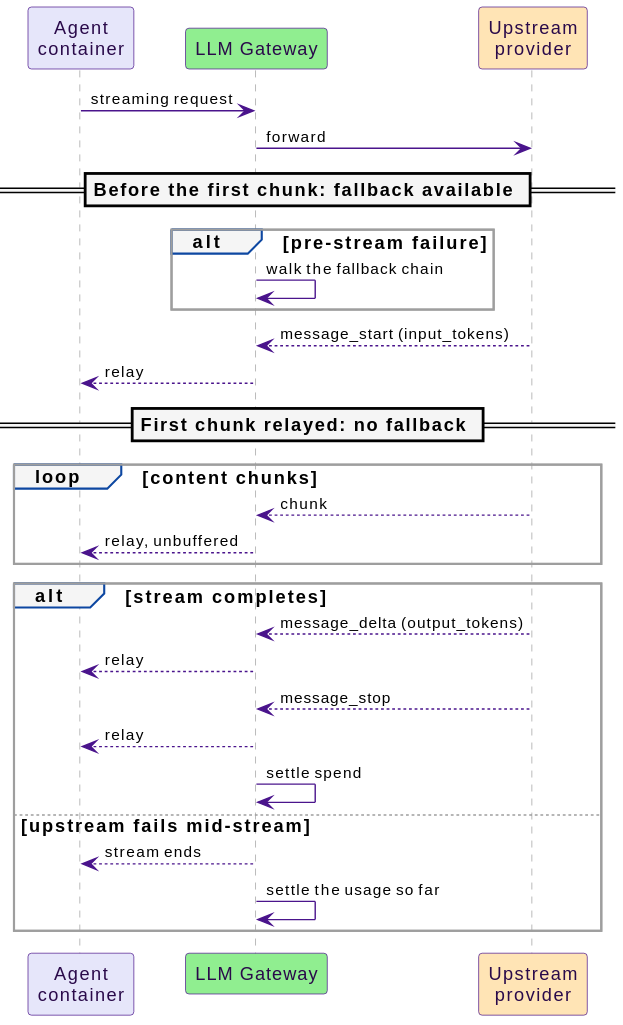
Before: docs/src/diagrams/llm-streaming.svg, a diagram exported from PlantUML (win07xp/kaalm). The source it was exported from:
```plantuml
@startuml
!include _style.puml

participant "Agent\ncontainer" as agent
participant "LLM Gateway" as gw #90EE90
participant "Upstream\nprovider" as prov #FFE4B5

agent -> gw : streaming request
gw -> prov : forward

== Before the first chunk: fallback available ==
alt pre-stream failure
  gw -> gw : walk the fallback chain
end
prov --> gw : message_start (input_tokens)
gw --> agent : relay

== First chunk relayed: no fallback ==
loop content chunks
  prov --> gw : chunk
  gw --> agent : relay, unbuffered
end
alt stream completes
  prov --> gw : message_delta (output_tokens)
  gw --> agent : relay
  prov --> gw : message_stop
  gw --> agent : relay
  gw -> gw : settle spend
else upstream fails mid-stream
  gw --> agent : stream ends
  gw -> gw : settle the usage so far
end
@enduml
```
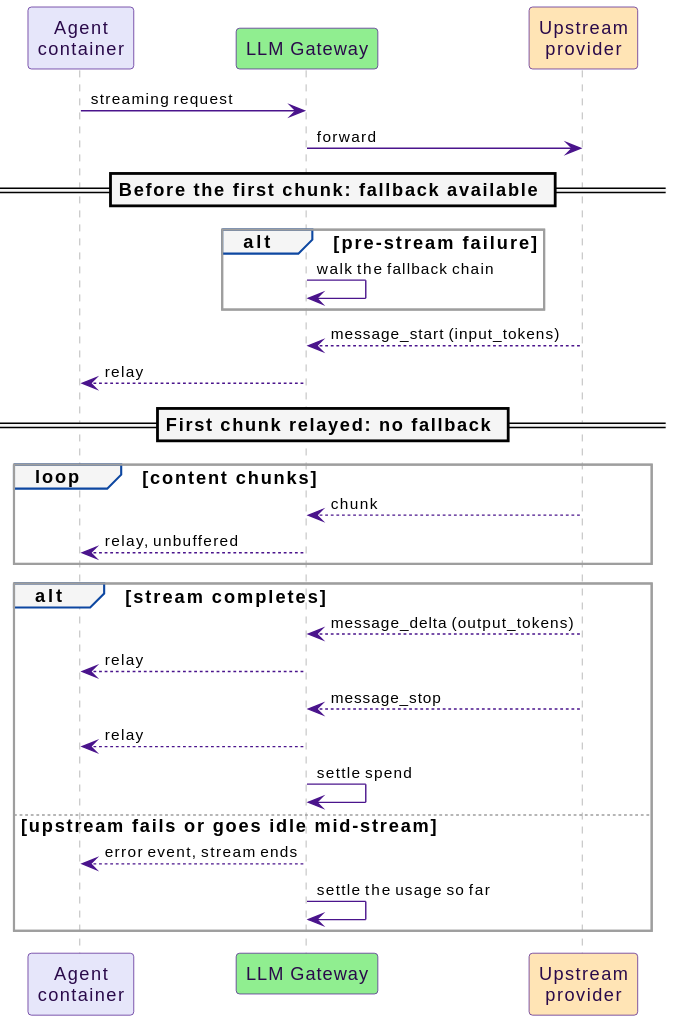
The same diagram one commit later.

What changed in the source:
```diff
@@ -26,8 +26,8 @@
   prov --> gw : message_stop
   gw --> agent : relay
   gw -> gw : settle spend
-else upstream fails mid-stream
-  gw --> agent : stream ends
+else upstream fails or goes idle mid-stream
+  gw --> agent : error event, stream ends
   gw -> gw : settle the usage so far
 end
 @enduml
```
